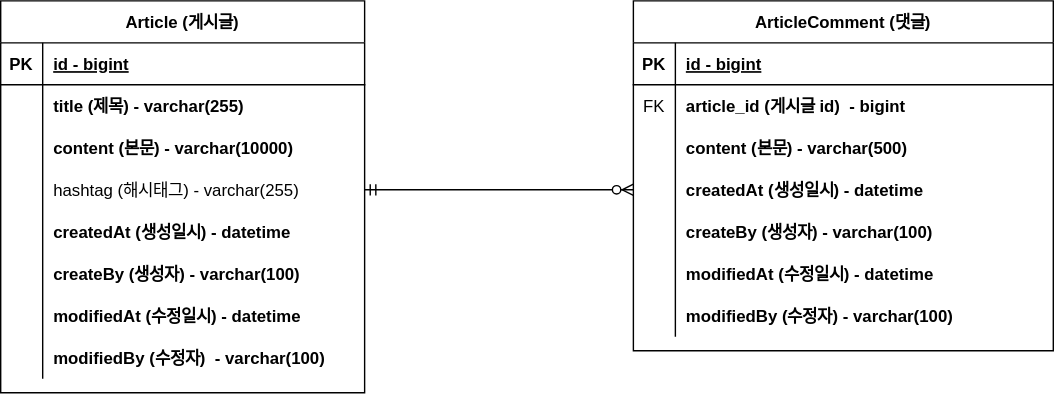
IamAnjaehyun/fastcampus-project-board keeps this draw.io diagram as document/project-board-erd.svg. Above is the earlier version. Source tidied: cells renumbered, new cells last; positions are measured from the earlier drawing's top-left corner, leaving out a move shared by most shapes.
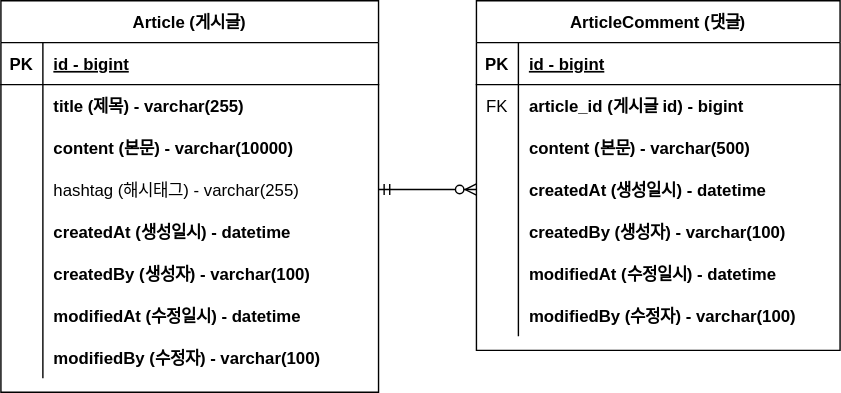
After the change.

Commit message:
#17_1 - 회원 계정 도메인 구현 및 erd 반영

What changed in the source:
```diff
@@ -3,148 +3,148 @@
     <mxCell id="0" />
     <mxCell id="1" parent="0" />
     <mxCell id="2" value="Article (게시글)" style="shape=table;startSize=30;rowLines=0;fontStyle=1;align=center;" parent="1" vertex="1">
-      <mxGeometry width="260" height="280" as="geometry" />
+      <mxGeometry x="70" y="90" width="270" height="280" as="geometry" />
     </mxCell>
+    <mxCell id="50" style="shape=tableRow;horizontal=0;startSize=0;swimlaneHead=0;swimlaneBody=0;fillColor=none;top=0;left=0;right=0;bottom=1;" parent="2" vertex="1">
+      <mxGeometry y="30" width="270" height="30" as="geometry" />
+    </mxCell>
+    <mxCell id="51" value="PK" style="shape=partialRectangle;fillColor=none;top=0;left=0;bottom=0;right=0;fontStyle=1;overflow=hidden;" parent="50" vertex="1">
+      <mxGeometry width="30" height="30" as="geometry" />
+    </mxCell>
+    <mxCell id="30" value="id - bigint" style="shape=partialRectangle;fillColor=none;top=0;left=0;bottom=0;right=0;align=left;spacingLeft=6;fontStyle=5;overflow=hidden;" parent="50" vertex="1">
+      <mxGeometry x="30" width="240" height="30" as="geometry" />
+    </mxCell>
+    <mxCell id="52" style="shape=tableRow;horizontal=0;startSize=0;swimlaneHead=0;swimlaneBody=0;fillColor=none;top=0;left=0;right=0;bottom=0;" parent="2" vertex="1">
+      <mxGeometry y="60" width="270" height="30" as="geometry" />
+    </mxCell>
+    <mxCell id="53" style="shape=partialRectangle;fillColor=none;top=0;left=0;bottom=0;right=0;overflow=hidden;" parent="52" vertex="1">
+      <mxGeometry width="30" height="30" as="geometry" />
+    </mxCell>
+    <mxCell id="8" value="title (제목) - varchar(255)" style="shape=partialRectangle;fillColor=none;top=0;left=0;bottom=0;right=0;align=left;spacingLeft=6;overflow=hidden;fontStyle=1;" parent="52" vertex="1">
+      <mxGeometry x="30" width="240" height="30" as="geometry" />
+    </mxCell>
+    <mxCell id="54" style="shape=tableRow;horizontal=0;startSize=0;swimlaneHead=0;swimlaneBody=0;fillColor=none;top=0;left=0;right=0;bottom=0;" parent="2" vertex="1">
+      <mxGeometry y="90" width="270" height="30" as="geometry" />
+    </mxCell>
+    <mxCell id="55" style="shape=partialRectangle;fillColor=none;top=0;left=0;bottom=0;right=0;overflow=hidden;" parent="54" vertex="1">
+      <mxGeometry width="30" height="30" as="geometry" />
+    </mxCell>
+    <mxCell id="11" value="content (본문) - varchar(10000)" style="shape=partialRectangle;fillColor=none;top=0;left=0;bottom=0;right=0;align=left;spacingLeft=6;overflow=hidden;fontStyle=1;" parent="54" vertex="1">
+      <mxGeometry x="30" width="240" height="30" as="geometry" />
+    </mxCell>
+    <mxCell id="56" style="shape=tableRow;horizontal=0;startSize=0;swimlaneHead=0;swimlaneBody=0;fillColor=none;points=[[0,0.5],[1,0.5]];portConstraint=eastwest;top=0;left=0;right=0;bottom=0;" parent="2" vertex="1">
+      <mxGeometry y="120" width="270" height="30" as="geometry" />
+    </mxCell>
+    <mxCell id="57" style="shape=partialRectangle;fillColor=none;top=0;left=0;bottom=0;right=0;overflow=hidden;" parent="56" vertex="1">
+      <mxGeometry width="30" height="30" as="geometry" />
+    </mxCell>
+    <mxCell id="14" value="hashtag (해시태그) - varchar(255)" style="shape=partialRectangle;fillColor=none;top=0;left=0;bottom=0;right=0;align=left;spacingLeft=6;overflow=hidden;" parent="56" vertex="1">
+      <mxGeometry x="30" width="240" height="30" as="geometry" />
+    </mxCell>
+    <mxCell id="58" style="shape=tableRow;horizontal=0;startSize=0;swimlaneHead=0;swimlaneBody=0;fillColor=none;top=0;left=0;right=0;bottom=0;" parent="2" vertex="1">
+      <mxGeometry y="150" width="270" height="30" as="geometry" />
+    </mxCell>
+    <mxCell id="59" style="shape=partialRectangle;fillColor=none;top=0;left=0;bottom=0;right=0;overflow=hidden;" parent="58" vertex="1">
+      <mxGeometry width="30" height="30" as="geometry" />
+    </mxCell>
+    <mxCell id="39" value="createdAt (생성일시) - datetime" style="shape=partialRectangle;fillColor=none;top=0;left=0;bottom=0;right=0;align=left;spacingLeft=6;overflow=hidden;fontStyle=1;" parent="58" vertex="1">
+      <mxGeometry x="30" width="240" height="30" as="geometry" />
+    </mxCell>
+    <mxCell id="60" style="shape=tableRow;horizontal=0;startSize=0;swimlaneHead=0;swimlaneBody=0;fillColor=none;top=0;left=0;right=0;bottom=0;" parent="2" vertex="1">
+      <mxGeometry y="180" width="270" height="30" as="geometry" />
+    </mxCell>
+    <mxCell id="61" style="shape=partialRectangle;fillColor=none;top=0;left=0;bottom=0;right=0;overflow=hidden;" parent="60" vertex="1">
+      <mxGeometry width="30" height="30" as="geometry" />
+    </mxCell>
+    <mxCell id="62" value="createdBy (생성자) - varchar(100)" style="shape=partialRectangle;fillColor=none;top=0;left=0;bottom=0;right=0;align=left;spacingLeft=6;overflow=hidden;fontStyle=1;" parent="60" vertex="1">
+      <mxGeometry x="30" width="240" height="30" as="geometry" />
+    </mxCell>
+    <mxCell id="63" style="shape=tableRow;horizontal=0;startSize=0;swimlaneHead=0;swimlaneBody=0;fillColor=none;top=0;left=0;right=0;bottom=0;" parent="2" vertex="1">
+      <mxGeometry y="210" width="270" height="30" as="geometry" />
+    </mxCell>
+    <mxCell id="64" style="shape=partialRectangle;fillColor=none;top=0;left=0;bottom=0;right=0;overflow=hidden;" parent="63" vertex="1">
+      <mxGeometry width="30" height="30" as="geometry" />
+    </mxCell>
+    <mxCell id="45" value="modifiedAt (수정일시) - datetime" style="shape=partialRectangle;fillColor=none;top=0;left=0;bottom=0;right=0;align=left;spacingLeft=6;overflow=hidden;fontStyle=1;" parent="63" vertex="1">
+      <mxGeometry x="30" width="240" height="30" as="geometry" />
+    </mxCell>
+    <mxCell id="65" style="shape=tableRow;horizontal=0;startSize=0;swimlaneHead=0;swimlaneBody=0;fillColor=none;top=0;left=0;right=0;bottom=0;" parent="2" vertex="1">
+      <mxGeometry y="240" width="270" height="30" as="geometry" />
+    </mxCell>
+    <mxCell id="66" style="shape=partialRectangle;fillColor=none;top=0;left=0;bottom=0;right=0;overflow=hidden;" parent="65" vertex="1">
+      <mxGeometry width="30" height="30" as="geometry" />
+    </mxCell>
+    <mxCell id="67" value="modifiedBy (수정자) - varchar(100)" style="shape=partialRectangle;fillColor=none;top=0;left=0;bottom=0;right=0;align=left;spacingLeft=6;overflow=hidden;fontStyle=1;" parent="65" vertex="1">
+      <mxGeometry x="30" width="240" height="30" as="geometry" />
+    </mxCell>
+    <mxCell id="27" value="ArticleComment (댓글)" style="shape=table;startSize=30;rowLines=0;fontStyle=1;align=center;" parent="1" vertex="1">
+      <mxGeometry x="410" y="90" width="260" height="250" as="geometry" />
+    </mxCell>
-    <mxCell id="3" style="shape=tableRow;horizontal=0;startSize=0;swimlaneHead=0;swimlaneBody=0;fillColor=none;top=0;left=0;right=0;bottom=1;" parent="2" vertex="1">
+    <mxCell id="3" style="shape=tableRow;horizontal=0;startSize=0;swimlaneHead=0;swimlaneBody=0;fillColor=none;top=0;left=0;right=0;bottom=1;" parent="27" vertex="1">
       <mxGeometry y="30" width="260" height="30" as="geometry" />
     </mxCell>
-    <mxCell id="4" value="PK" style="shape=partialRectangle;fillColor=none;top=0;left=0;bottom=0;right=0;fontStyle=1;overflow=hidden;" parent="3" vertex="1">
-      <mxGeometry width="30" height="30" as="geometry" />
-    </mxCell>
+    <mxCell id="68" value="PK" style="shape=partialRectangle;fillColor=none;top=0;left=0;bottom=0;right=0;fontStyle=1;overflow=hidden;" parent="3" vertex="1">
+      <mxGeometry width="30" height="30" as="geometry" />
+    </mxCell>
     <mxCell id="5" value="id - bigint" style="shape=partialRectangle;fillColor=none;top=0;left=0;bottom=0;right=0;align=left;spacingLeft=6;fontStyle=5;overflow=hidden;" parent="3" vertex="1">
       <mxGeometry x="30" width="230" height="30" as="geometry" />
     </mxCell>
-    <mxCell id="6" style="shape=tableRow;horizontal=0;startSize=0;swimlaneHead=0;swimlaneBody=0;fillColor=none;top=0;left=0;right=0;bottom=0;" parent="2" vertex="1">
+    <mxCell id="6" style="shape=tableRow;horizontal=0;startSize=0;swimlaneHead=0;swimlaneBody=0;fillColor=none;top=0;left=0;right=0;bottom=0;" parent="27" vertex="1">
       <mxGeometry y="60" width="260" height="30" as="geometry" />
     </mxCell>
-    <mxCell id="7" style="shape=partialRectangle;fillColor=none;top=0;left=0;bottom=0;right=0;overflow=hidden;" parent="6" vertex="1">
-      <mxGeometry width="30" height="30" as="geometry" />
-    </mxCell>
-    <mxCell id="8" value="title (제목) - varchar(255)" style="shape=partialRectangle;fillColor=none;top=0;left=0;bottom=0;right=0;align=left;spacingLeft=6;overflow=hidden;fontStyle=1;" parent="6" vertex="1">
-      <mxGeometry x="30" width="230" height="30" as="geometry" />
-    </mxCell>
-    <mxCell id="9" style="shape=tableRow;horizontal=0;startSize=0;swimlaneHead=0;swimlaneBody=0;fillColor=none;top=0;left=0;right=0;bottom=0;" parent="2" vertex="1">
-      <mxGeometry y="90" width="260" height="30" as="geometry" />
-    </mxCell>
-    <mxCell id="10" style="shape=partialRectangle;fillColor=none;top=0;left=0;bottom=0;right=0;overflow=hidden;" parent="9" vertex="1">
-      <mxGeometry width="30" height="30" as="geometry" />
-    </mxCell>
-    <mxCell id="11" value="content (본문) - varchar(10000)" style="shape=partialRectangle;fillColor=none;top=0;left=0;bottom=0;right=0;align=left;spacingLeft=6;overflow=hidden;fontStyle=1;" parent="9" vertex="1">
-      <mxGeometry x="30" width="230" height="30" as="geometry" />
-    </mxCell>
-    <mxCell id="12" style="shape=tableRow;horizontal=0;startSize=0;swimlaneHead=0;swimlaneBody=0;fillColor=none;points=[[0,0.5],[1,0.5]];portConstraint=eastwest;top=0;left=0;right=0;bottom=0;" parent="2" vertex="1">
-      <mxGeometry y="120" width="260" height="30" as="geometry" />
-    </mxCell>
-    <mxCell id="13" style="shape=partialRectangle;fillColor=none;top=0;left=0;bottom=0;right=0;overflow=hidden;" parent="12" vertex="1">
-      <mxGeometry width="30" height="30" as="geometry" />
-    </mxCell>
-    <mxCell id="14" value="hashtag (해시태그) - varchar(255)" style="shape=partialRectangle;fillColor=none;top=0;left=0;bottom=0;right=0;align=left;spacingLeft=6;overflow=hidden;" parent="12" vertex="1">
-      <mxGeometry x="30" width="230" height="30" as="geometry" />
-    </mxCell>
-    <mxCell id="15" style="shape=tableRow;horizontal=0;startSize=0;swimlaneHead=0;swimlaneBody=0;fillColor=none;top=0;left=0;right=0;bottom=0;" parent="2" vertex="1">
-      <mxGeometry y="150" width="260" height="30" as="geometry" />
-    </mxCell>
-    <mxCell id="16" style="shape=partialRectangle;fillColor=none;top=0;left=0;bottom=0;right=0;overflow=hidden;" parent="15" vertex="1">
-      <mxGeometry width="30" height="30" as="geometry" />
-    </mxCell>
-    <mxCell id="17" value="createdAt (생성일시) - datetime" style="shape=partialRectangle;fillColor=none;top=0;left=0;bottom=0;right=0;align=left;spacingLeft=6;overflow=hidden;fontStyle=1;" parent="15" vertex="1">
-      <mxGeometry x="30" width="230" height="30" as="geometry" />
-    </mxCell>
-    <mxCell id="18" style="shape=tableRow;horizontal=0;startSize=0;swimlaneHead=0;swimlaneBody=0;fillColor=none;top=0;left=0;right=0;bottom=0;" parent="2" vertex="1">
-      <mxGeometry y="180" width="260" height="30" as="geometry" />
-    </mxCell>
-    <mxCell id="19" style="shape=partialRectangle;fillColor=none;top=0;left=0;bottom=0;right=0;overflow=hidden;" parent="18" vertex="1">
-      <mxGeometry width="30" height="30" as="geometry" />
-    </mxCell>
-    <mxCell id="20" value="createBy (생성자) - varchar(100)" style="shape=partialRectangle;fillColor=none;top=0;left=0;bottom=0;right=0;align=left;spacingLeft=6;overflow=hidden;fontStyle=1;" parent="18" vertex="1">
-      <mxGeometry x="30" width="230" height="30" as="geometry" />
-    </mxCell>
-    <mxCell id="21" style="shape=tableRow;horizontal=0;startSize=0;swimlaneHead=0;swimlaneBody=0;fillColor=none;top=0;left=0;right=0;bottom=0;" parent="2" vertex="1">
-      <mxGeometry y="210" width="260" height="30" as="geometry" />
-    </mxCell>
-    <mxCell id="22" style="shape=partialRectangle;fillColor=none;top=0;left=0;bottom=0;right=0;overflow=hidden;" parent="21" vertex="1">
-      <mxGeometry width="30" height="30" as="geometry" />
-    </mxCell>
-    <mxCell id="23" value="modifiedAt (수정일시) - datetime" style="shape=partialRectangle;fillColor=none;top=0;left=0;bottom=0;right=0;align=left;spacingLeft=6;overflow=hidden;fontStyle=1;" parent="21" vertex="1">
-      <mxGeometry x="30" width="230" height="30" as="geometry" />
-    </mxCell>
-    <mxCell id="24" style="shape=tableRow;horizontal=0;startSize=0;swimlaneHead=0;swimlaneBody=0;fillColor=none;top=0;left=0;right=0;bottom=0;" parent="2" vertex="1">
-      <mxGeometry y="240" width="260" height="30" as="geometry" />
-    </mxCell>
-    <mxCell id="25" style="shape=partialRectangle;fillColor=none;top=0;left=0;bottom=0;right=0;overflow=hidden;" parent="24" vertex="1">
-      <mxGeometry width="30" height="30" as="geometry" />
-    </mxCell>
-    <mxCell id="26" value="modifiedBy (수정자)  - varchar(100)" style="shape=partialRectangle;fillColor=none;top=0;left=0;bottom=0;right=0;align=left;spacingLeft=6;overflow=hidden;fontStyle=1;" parent="24" vertex="1">
-      <mxGeometry x="30" width="230" height="30" as="geometry" />
-    </mxCell>
-    <mxCell id="27" value="ArticleComment (댓글)" style="shape=table;startSize=30;rowLines=0;fontStyle=1;align=center;" parent="1" vertex="1">
-      <mxGeometry x="452" width="300" height="250" as="geometry" />
-    </mxCell>
-    <mxCell id="28" style="shape=tableRow;horizontal=0;startSize=0;swimlaneHead=0;swimlaneBody=0;fillColor=none;top=0;left=0;right=0;bottom=1;" parent="27" vertex="1">
-      <mxGeometry y="30" width="300" height="30" as="geometry" />
-    </mxCell>
-    <mxCell id="29" value="PK" style="shape=partialRectangle;fillColor=none;top=0;left=0;bottom=0;right=0;fontStyle=1;overflow=hidden;" parent="28" vertex="1">
-      <mxGeometry width="30" height="30" as="geometry" />
-    </mxCell>
-    <mxCell id="30" value="id - bigint" style="shape=partialRectangle;fillColor=none;top=0;left=0;bottom=0;right=0;align=left;spacingLeft=6;fontStyle=5;overflow=hidden;" parent="28" vertex="1">
-      <mxGeometry x="30" width="270" height="30" as="geometry" />
-    </mxCell>
-    <mxCell id="31" style="shape=tableRow;horizontal=0;startSize=0;swimlaneHead=0;swimlaneBody=0;fillColor=none;top=0;left=0;right=0;bottom=0;" parent="27" vertex="1">
-      <mxGeometry y="60" width="300" height="30" as="geometry" />
-    </mxCell>
-    <mxCell id="32" value="FK" style="shape=partialRectangle;fillColor=none;top=0;left=0;bottom=0;right=0;overflow=hidden;" parent="31" vertex="1">
+    <mxCell id="32" value="FK" style="shape=partialRectangle;fillColor=none;top=0;left=0;bottom=0;right=0;overflow=hidden;" parent="6" vertex="1">
       <mxGeometry width="30" height="30" as="geometry" />
     </mxCell>
-    <mxCell id="33" value="article_id (게시글 id)  - bigint" style="shape=partialRectangle;fillColor=none;top=0;left=0;bottom=0;right=0;align=left;spacingLeft=6;overflow=hidden;fontStyle=1;" parent="31" vertex="1">
-      <mxGeometry x="30" width="270" height="30" as="geometry" />
+    <mxCell id="33" value="article_id (게시글 id) - bigint" style="shape=partialRectangle;fillColor=none;top=0;left=0;bottom=0;right=0;align=left;spacingLeft=6;overflow=hidden;fontStyle=1;" parent="6" vertex="1">
+      <mxGeometry x="30" width="230" height="30" as="geometry" />
     </mxCell>
-    <mxCell id="34" style="shape=tableRow;horizontal=0;startSize=0;swimlaneHead=0;swimlaneBody=0;fillColor=none;top=0;left=0;right=0;bottom=0;" parent="27" vertex="1">
-      <mxGeometry y="90" width="300" height="30" as="geometry" />
-    </mxCell>
-    <mxCell id="35" style="shape=partialRectangle;fillColor=none;top=0;left=0;bottom=0;right=0;overflow=hidden;" parent="34" vertex="1">
-      <mxGeometry width="30" height="30" as="geometry" />
-    </mxCell>
+    <mxCell id="9" style="shape=tableRow;horizontal=0;startSize=0;swimlaneHead=0;swimlaneBody=0;fillColor=none;top=0;left=0;right=0;bottom=0;" parent="27" vertex="1">
+      <mxGeometry y="90" width="260" height="30" as="geometry" />
+    </mxCell>
+    <mxCell id="69" style="shape=partialRectangle;fillColor=none;top=0;left=0;bottom=0;right=0;overflow=hidden;" parent="9" vertex="1">
+      <mxGeometry width="30" height="30" as="geometry" />
+    </mxCell>
-    <mxCell id="36" value="content (본문) - varchar(500)" style="shape=partialRectangle;fillColor=none;top=0;left=0;bottom=0;right=0;align=left;spacingLeft=6;overflow=hidden;fontStyle=1;" parent="34" vertex="1">
-      <mxGeometry x="30" width="270" height="30" as="geometry" />
+    <mxCell id="36" value="content (본문) - varchar(500)" style="shape=partialRectangle;fillColor=none;top=0;left=0;bottom=0;right=0;align=left;spacingLeft=6;overflow=hidden;fontStyle=1;" parent="9" vertex="1">
+      <mxGeometry x="30" width="230" height="30" as="geometry" />
     </mxCell>
-    <mxCell id="37" style="shape=tableRow;horizontal=0;startSize=0;swimlaneHead=0;swimlaneBody=0;fillColor=none;points=[[0,0.5],[1,0.5]];portConstraint=eastwest;top=0;left=0;right=0;bottom=0;" parent="27" vertex="1">
-      <mxGeometry y="120" width="300" height="30" as="geometry" />
-    </mxCell>
-    <mxCell id="38" style="shape=partialRectangle;fillColor=none;top=0;left=0;bottom=0;right=0;overflow=hidden;" parent="37" vertex="1">
-      <mxGeometry width="30" height="30" as="geometry" />
-    </mxCell>
-    <mxCell id="39" value="createdAt (생성일시) - datetime" style="shape=partialRectangle;fillColor=none;top=0;left=0;bottom=0;right=0;align=left;spacingLeft=6;overflow=hidden;fontStyle=1;" parent="37" vertex="1">
-      <mxGeometry x="30" width="270" height="30" as="geometry" />
-    </mxCell>
-    <mxCell id="40" style="shape=tableRow;horizontal=0;startSize=0;swimlaneHead=0;swimlaneBody=0;fillColor=none;top=0;left=0;right=0;bottom=0;" parent="27" vertex="1">
-      <mxGeometry y="150" width="300" height="30" as="geometry" />
-    </mxCell>
-    <mxCell id="41" style="shape=partialRectangle;fillColor=none;top=0;left=0;bottom=0;right=0;overflow=hidden;" parent="40" vertex="1">
-      <mxGeometry width="30" height="30" as="geometry" />
-    </mxCell>
-    <mxCell id="42" value="createBy (생성자) - varchar(100)" style="shape=partialRectangle;fillColor=none;top=0;left=0;bottom=0;right=0;align=left;spacingLeft=6;overflow=hidden;fontStyle=1;" parent="40" vertex="1">
-      <mxGeometry x="30" width="270" height="30" as="geometry" />
-    </mxCell>
-    <mxCell id="43" style="shape=tableRow;horizontal=0;startSize=0;swimlaneHead=0;swimlaneBody=0;fillColor=none;top=0;left=0;right=0;bottom=0;" parent="27" vertex="1">
-      <mxGeometry y="180" width="300" height="30" as="geometry" />
-    </mxCell>
-    <mxCell id="44" style="shape=partialRectangle;fillColor=none;top=0;left=0;bottom=0;right=0;overflow=hidden;" parent="43" vertex="1">
-      <mxGeometry width="30" height="30" as="geometry" />
-    </mxCell>
-    <mxCell id="45" value="modifiedAt (수정일시) - datetime" style="shape=partialRectangle;fillColor=none;top=0;left=0;bottom=0;right=0;align=left;spacingLeft=6;overflow=hidden;fontStyle=1;" parent="43" vertex="1">
-      <mxGeometry x="30" width="270" height="30" as="geometry" />
-    </mxCell>
-    <mxCell id="46" style="shape=tableRow;horizontal=0;startSize=0;swimlaneHead=0;swimlaneBody=0;fillColor=none;top=0;left=0;right=0;bottom=0;" parent="27" vertex="1">
-      <mxGeometry y="210" width="300" height="30" as="geometry" />
-    </mxCell>
-    <mxCell id="47" style="shape=partialRectangle;fillColor=none;top=0;left=0;bottom=0;right=0;overflow=hidden;" parent="46" vertex="1">
-      <mxGeometry width="30" height="30" as="geometry" />
-    </mxCell>
-    <mxCell id="48" value="modifiedBy (수정자) - varchar(100)" style="shape=partialRectangle;fillColor=none;top=0;left=0;bottom=0;right=0;align=left;spacingLeft=6;overflow=hidden;fontStyle=1;" parent="46" vertex="1">
-      <mxGeometry x="30" width="270" height="30" as="geometry" />
-    </mxCell>
-    <mxCell id="49" style="edgeStyle=entityRelationEdgeStyle;fontSize=12;html=1;endArrow=ERzeroToMany;startArrow=ERmandOne;rounded=0;entryX=0;entryY=0.5;entryDx=0;entryDy=0;exitX=1;exitY=0.5;exitDx=0;exitDy=0;" parent="1" edge="1" source="12" target="37">
-      <mxGeometry relative="1" as="geometry" />
-    </mxCell>
+    <mxCell id="12" style="shape=tableRow;horizontal=0;startSize=0;swimlaneHead=0;swimlaneBody=0;fillColor=none;points=[[0,0.5],[1,0.5]];portConstraint=eastwest;top=0;left=0;right=0;bottom=0;" parent="27" vertex="1">
+      <mxGeometry y="120" width="260" height="30" as="geometry" />
+    </mxCell>
+    <mxCell id="70" style="shape=partialRectangle;fillColor=none;top=0;left=0;bottom=0;right=0;overflow=hidden;" parent="12" vertex="1">
+      <mxGeometry width="30" height="30" as="geometry" />
+    </mxCell>
+    <mxCell id="17" value="createdAt (생성일시) - datetime" style="shape=partialRectangle;fillColor=none;top=0;left=0;bottom=0;right=0;align=left;spacingLeft=6;overflow=hidden;fontStyle=1;" parent="12" vertex="1">
+      <mxGeometry x="30" width="230" height="30" as="geometry" />
+    </mxCell>
+    <mxCell id="15" style="shape=tableRow;horizontal=0;startSize=0;swimlaneHead=0;swimlaneBody=0;fillColor=none;top=0;left=0;right=0;bottom=0;" parent="27" vertex="1">
+      <mxGeometry y="150" width="260" height="30" as="geometry" />
+    </mxCell>
+    <mxCell id="71" style="shape=partialRectangle;fillColor=none;top=0;left=0;bottom=0;right=0;overflow=hidden;" parent="15" vertex="1">
+      <mxGeometry width="30" height="30" as="geometry" />
+    </mxCell>
+    <mxCell id="72" value="createdBy (생성자) - varchar(100)" style="shape=partialRectangle;fillColor=none;top=0;left=0;bottom=0;right=0;align=left;spacingLeft=6;overflow=hidden;fontStyle=1;" parent="15" vertex="1">
+      <mxGeometry x="30" width="230" height="30" as="geometry" />
+    </mxCell>
+    <mxCell id="18" style="shape=tableRow;horizontal=0;startSize=0;swimlaneHead=0;swimlaneBody=0;fillColor=none;top=0;left=0;right=0;bottom=0;" parent="27" vertex="1">
+      <mxGeometry y="180" width="260" height="30" as="geometry" />
+    </mxCell>
+    <mxCell id="73" style="shape=partialRectangle;fillColor=none;top=0;left=0;bottom=0;right=0;overflow=hidden;" parent="18" vertex="1">
+      <mxGeometry width="30" height="30" as="geometry" />
+    </mxCell>
+    <mxCell id="23" value="modifiedAt (수정일시) - datetime" style="shape=partialRectangle;fillColor=none;top=0;left=0;bottom=0;right=0;align=left;spacingLeft=6;overflow=hidden;fontStyle=1;" parent="18" vertex="1">
+      <mxGeometry x="30" width="230" height="30" as="geometry" />
+    </mxCell>
+    <mxCell id="21" style="shape=tableRow;horizontal=0;startSize=0;swimlaneHead=0;swimlaneBody=0;fillColor=none;top=0;left=0;right=0;bottom=0;" parent="27" vertex="1">
+      <mxGeometry y="210" width="260" height="30" as="geometry" />
+    </mxCell>
+    <mxCell id="74" style="shape=partialRectangle;fillColor=none;top=0;left=0;bottom=0;right=0;overflow=hidden;" parent="21" vertex="1">
+      <mxGeometry width="30" height="30" as="geometry" />
+    </mxCell>
+    <mxCell id="75" value="modifiedBy (수정자) - varchar(100)" style="shape=partialRectangle;fillColor=none;top=0;left=0;bottom=0;right=0;align=left;spacingLeft=6;overflow=hidden;fontStyle=1;" parent="21" vertex="1">
+      <mxGeometry x="30" width="230" height="30" as="geometry" />
+    </mxCell>
+    <mxCell id="76" style="edgeStyle=entityRelationEdgeStyle;fontSize=12;html=1;endArrow=ERzeroToMany;startArrow=ERmandOne;rounded=0;exitX=1;exitY=0.5;exitDx=0;exitDy=0;entryX=0;entryY=0.5;entryDx=0;entryDy=0;" parent="1" edge="1" source="56" target="12">
+      <mxGeometry relative="1" as="geometry" />
+    </mxCell>
   </root>
 </mxGraphModel>
```
